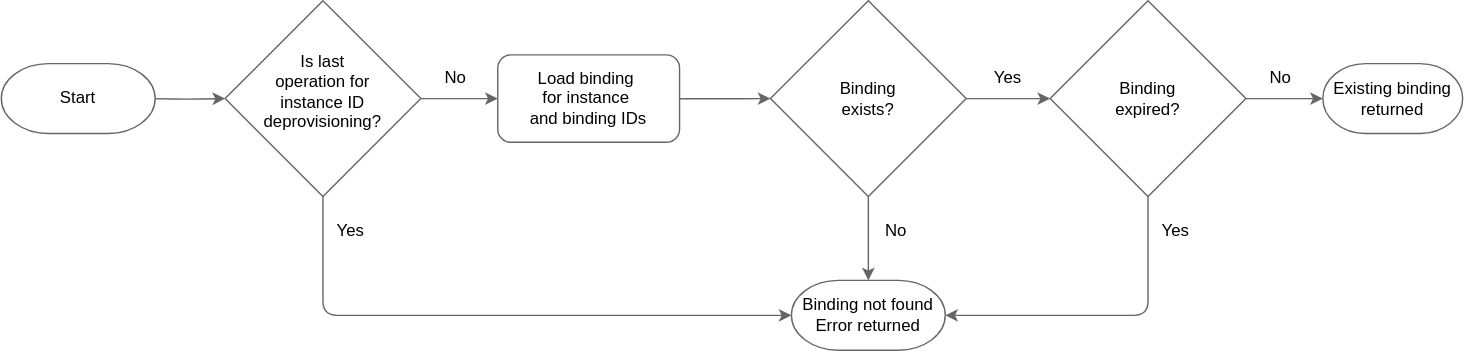
Earlier version of the draw.io export docs/assets/bindings_get_flow.drawio.svg (ukff/kyma-environment-broker). Source tidied: cells renumbered, new cells last; positions are measured from the earlier drawing's top-left corner, leaving out a move shared by most shapes. Its diagram source:
```xml
<mxGraphModel background="#ffffff">
  <root>
    <mxCell id="0" />
    <mxCell id="1" parent="0" />
    <mxCell id="2" style="edgeStyle=orthogonalEdgeStyle;rounded=1;jettySize=auto;html=1;curved=0;strokeColor=#666666;entryX=0;entryY=0.5;entryDx=0;entryDy=0;entryPerimeter=0;exitX=0.5;exitY=1;exitDx=0;exitDy=0;" parent="1" edge="1" source="4" target="23">
      <mxGeometry relative="1" as="geometry" />
    </mxCell>
    <mxCell id="3" style="edgeStyle=orthogonalEdgeStyle;rounded=1;jettySize=auto;html=1;entryX=0;entryY=0.5;entryDx=0;entryDy=0;curved=0;strokeColor=#666666;" parent="1" edge="1" source="4" target="13">
      <mxGeometry relative="1" as="geometry" />
    </mxCell>
    <mxCell id="4" style="rhombus;whiteSpace=wrap;html=1;strokeColor=#666666;" parent="1" vertex="1">
      <mxGeometry x="160" width="140" height="140" as="geometry" />
    </mxCell>
    <mxCell id="5" value="Is last&lt;div&gt;operation for instance ID deprovisioning?&lt;/div&gt;" style="text;html=1;align=center;verticalAlign=middle;whiteSpace=wrap;rounded=0;" parent="1" vertex="1">
      <mxGeometry x="195" y="30" width="70" height="70" as="geometry" />
    </mxCell>
    <mxCell id="6" style="edgeStyle=orthogonalEdgeStyle;rounded=1;jettySize=auto;html=1;curved=0;strokeColor=#666666;entryX=1;entryY=0.5;entryDx=0;entryDy=0;entryPerimeter=0;exitX=0.5;exitY=1;exitDx=0;exitDy=0;" parent="1" edge="1" source="8" target="23">
      <mxGeometry relative="1" as="geometry" />
    </mxCell>
    <mxCell id="7" style="edgeStyle=orthogonalEdgeStyle;rounded=1;jettySize=auto;html=1;curved=0;strokeColor=#666666;" parent="1" edge="1" source="8">
      <mxGeometry relative="1" as="geometry">
        <mxPoint x="945" y="70" as="targetPoint" />
      </mxGeometry>
    </mxCell>
    <mxCell id="8" style="rhombus;whiteSpace=wrap;html=1;strokeColor=#666666;" parent="1" vertex="1">
      <mxGeometry x="750" width="140" height="140" as="geometry" />
    </mxCell>
    <mxCell id="9" style="edgeStyle=orthogonalEdgeStyle;rounded=1;jettySize=auto;html=1;curved=0;strokeColor=#666666;" parent="1" edge="1" source="11" target="8">
      <mxGeometry relative="1" as="geometry" />
    </mxCell>
    <mxCell id="10" style="edgeStyle=orthogonalEdgeStyle;rounded=1;jettySize=auto;html=1;curved=0;strokeColor=#666666;" parent="1" edge="1" source="11">
      <mxGeometry relative="1" as="geometry">
        <mxPoint x="620" y="200" as="targetPoint" />
      </mxGeometry>
    </mxCell>
    <mxCell id="11" style="rhombus;whiteSpace=wrap;html=1;strokeColor=#666666;" parent="1" vertex="1">
      <mxGeometry x="550" width="140" height="140" as="geometry" />
    </mxCell>
    <mxCell id="12" style="edgeStyle=orthogonalEdgeStyle;rounded=1;jettySize=auto;html=1;entryX=0;entryY=0.5;entryDx=0;entryDy=0;curved=0;strokeColor=#666666;" parent="1" edge="1" source="13" target="11">
      <mxGeometry relative="1" as="geometry" />
    </mxCell>
    <mxCell id="13" value="Load binding&amp;nbsp;&lt;div&gt;for instance&amp;nbsp;&lt;/div&gt;&lt;div&gt;and binding IDs&lt;/div&gt;" style="rounded=1;whiteSpace=wrap;html=1;strokeColor=#666666;" parent="1" vertex="1">
      <mxGeometry x="355" y="38.8" width="130" height="62.5" as="geometry" />
    </mxCell>
    <mxCell id="14" value="Binding exists?" style="text;html=1;align=center;verticalAlign=middle;whiteSpace=wrap;rounded=0;" parent="1" vertex="1">
      <mxGeometry x="590" y="55" width="60" height="30" as="geometry" />
    </mxCell>
    <mxCell id="15" value="Binding expired?" style="text;html=1;align=center;verticalAlign=middle;whiteSpace=wrap;rounded=0;" parent="1" vertex="1">
      <mxGeometry x="790" y="55" width="60" height="30" as="geometry" />
    </mxCell>
    <mxCell id="16" value="No" style="text;html=1;align=center;verticalAlign=middle;whiteSpace=wrap;rounded=0;" parent="1" vertex="1">
      <mxGeometry x="295" y="40" width="60" height="30" as="geometry" />
    </mxCell>
    <mxCell id="17" value="Yes" style="text;html=1;align=center;verticalAlign=middle;whiteSpace=wrap;rounded=0;" parent="1" vertex="1">
      <mxGeometry x="690" y="40" width="60" height="30" as="geometry" />
    </mxCell>
    <mxCell id="18" value="No" style="text;html=1;align=center;verticalAlign=middle;whiteSpace=wrap;rounded=0;" parent="1" vertex="1">
      <mxGeometry x="885" y="40" width="60" height="30" as="geometry" />
    </mxCell>
    <mxCell id="19" value="Yes" style="text;html=1;align=center;verticalAlign=middle;whiteSpace=wrap;rounded=0;" parent="1" vertex="1">
      <mxGeometry x="220" y="150" width="60" height="30" as="geometry" />
    </mxCell>
    <mxCell id="20" value="No" style="text;html=1;align=center;verticalAlign=middle;whiteSpace=wrap;rounded=0;" parent="1" vertex="1">
      <mxGeometry x="610" y="150" width="60" height="30" as="geometry" />
    </mxCell>
    <mxCell id="21" value="Yes" style="text;html=1;align=center;verticalAlign=middle;whiteSpace=wrap;rounded=0;" parent="1" vertex="1">
      <mxGeometry x="810" y="150" width="60" height="30" as="geometry" />
    </mxCell>
    <mxCell id="22" style="edgeStyle=orthogonalEdgeStyle;rounded=1;jettySize=auto;html=1;entryX=0;entryY=0.5;entryDx=0;entryDy=0;curved=0;strokeColor=#666666;exitX=0.929;exitY=0.5;exitDx=0;exitDy=0;exitPerimeter=0;" parent="1" edge="1" target="4">
      <mxGeometry relative="1" as="geometry">
        <mxPoint x="105" y="70" as="sourcePoint" />
      </mxGeometry>
    </mxCell>
    <mxCell id="23" value="Binding not found&lt;div&gt;Error returned&lt;/div&gt;" style="strokeWidth=1;html=1;shape=mxgraph.flowchart.terminator;whiteSpace=wrap;strokeColor=#666666;" parent="1" vertex="1">
      <mxGeometry x="565" y="200" width="110" height="50" as="geometry" />
    </mxCell>
    <mxCell id="24" value="&lt;span style=&quot;background-color: initial;&quot;&gt;Existing binding returned&lt;/span&gt;" style="strokeWidth=1;html=1;shape=mxgraph.flowchart.terminator;whiteSpace=wrap;strokeColor=#666666;" parent="1" vertex="1">
      <mxGeometry x="945" y="45" width="100" height="50" as="geometry" />
    </mxCell>
    <mxCell id="25" value="Start" style="strokeWidth=1;html=1;shape=mxgraph.flowchart.terminator;whiteSpace=wrap;strokeColor=#666666;" parent="1" vertex="1">
      <mxGeometry y="45" width="110" height="50" as="geometry" />
    </mxCell>
  </root>
</mxGraphModel>
```
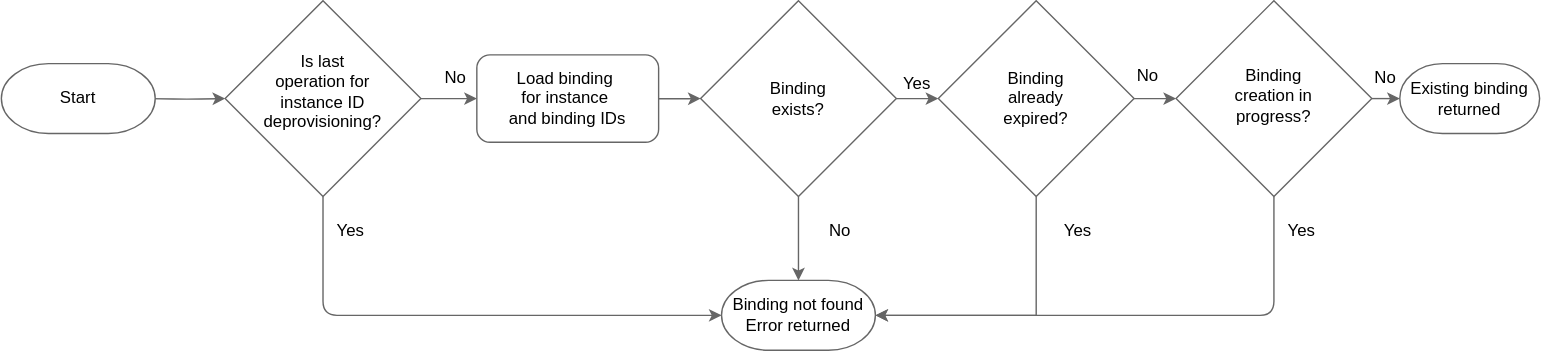
Above is the later version.

Diff of the diagram source:
```diff
@@ -17,36 +17,34 @@
     <mxCell id="6" style="edgeStyle=orthogonalEdgeStyle;rounded=1;jettySize=auto;html=1;curved=0;strokeColor=#666666;entryX=1;entryY=0.5;entryDx=0;entryDy=0;entryPerimeter=0;exitX=0.5;exitY=1;exitDx=0;exitDy=0;" parent="1" edge="1" source="8" target="23">
       <mxGeometry relative="1" as="geometry" />
     </mxCell>
-    <mxCell id="7" style="edgeStyle=orthogonalEdgeStyle;rounded=1;jettySize=auto;html=1;curved=0;strokeColor=#666666;" parent="1" edge="1" source="8">
-      <mxGeometry relative="1" as="geometry">
-        <mxPoint x="945" y="70" as="targetPoint" />
-      </mxGeometry>
-    </mxCell>
+    <mxCell id="26" style="edgeStyle=orthogonalEdgeStyle;rounded=0;jettySize=auto;html=1;exitX=1;exitY=0.5;exitDx=0;exitDy=0;strokeColor=#666666;" parent="1" edge="1" source="8">
+      <mxGeometry relative="1" as="geometry">
+        <mxPoint x="1000" y="70" as="targetPoint" />
+      </mxGeometry>
+    </mxCell>
     <mxCell id="8" style="rhombus;whiteSpace=wrap;html=1;strokeColor=#666666;" parent="1" vertex="1">
-      <mxGeometry x="750" width="140" height="140" as="geometry" />
+      <mxGeometry x="840" width="140" height="140" as="geometry" />
     </mxCell>
-    <mxCell id="9" style="edgeStyle=orthogonalEdgeStyle;rounded=1;jettySize=auto;html=1;curved=0;strokeColor=#666666;" parent="1" edge="1" source="11" target="8">
-      <mxGeometry relative="1" as="geometry" />
-    </mxCell>
-    <mxCell id="10" style="edgeStyle=orthogonalEdgeStyle;rounded=1;jettySize=auto;html=1;curved=0;strokeColor=#666666;" parent="1" edge="1" source="11">
-      <mxGeometry relative="1" as="geometry">
-        <mxPoint x="620" y="200" as="targetPoint" />
-      </mxGeometry>
+    <mxCell id="10" style="edgeStyle=orthogonalEdgeStyle;rounded=1;jettySize=auto;html=1;curved=0;strokeColor=#666666;entryX=0.5;entryY=0;entryDx=0;entryDy=0;entryPerimeter=0;" parent="1" edge="1" source="11" target="23">
+      <mxGeometry relative="1" as="geometry" />
     </mxCell>
+    <mxCell id="27" style="edgeStyle=orthogonalEdgeStyle;rounded=0;jettySize=auto;html=1;exitX=1;exitY=0.5;exitDx=0;exitDy=0;strokeColor=#666666;" parent="1" edge="1" source="11" target="29">
+      <mxGeometry relative="1" as="geometry" />
+    </mxCell>
     <mxCell id="11" style="rhombus;whiteSpace=wrap;html=1;strokeColor=#666666;" parent="1" vertex="1">
-      <mxGeometry x="550" width="140" height="140" as="geometry" />
+      <mxGeometry x="500" width="140" height="140" as="geometry" />
     </mxCell>
     <mxCell id="12" style="edgeStyle=orthogonalEdgeStyle;rounded=1;jettySize=auto;html=1;entryX=0;entryY=0.5;entryDx=0;entryDy=0;curved=0;strokeColor=#666666;" parent="1" edge="1" source="13" target="11">
       <mxGeometry relative="1" as="geometry" />
     </mxCell>
     <mxCell id="13" value="Load binding&amp;nbsp;&lt;div&gt;for instance&amp;nbsp;&lt;/div&gt;&lt;div&gt;and binding IDs&lt;/div&gt;" style="rounded=1;whiteSpace=wrap;html=1;strokeColor=#666666;" parent="1" vertex="1">
-      <mxGeometry x="355" y="38.8" width="130" height="62.5" as="geometry" />
+      <mxGeometry x="340" y="38.8" width="130" height="62.5" as="geometry" />
     </mxCell>
     <mxCell id="14" value="Binding exists?" style="text;html=1;align=center;verticalAlign=middle;whiteSpace=wrap;rounded=0;" parent="1" vertex="1">
-      <mxGeometry x="590" y="55" width="60" height="30" as="geometry" />
+      <mxGeometry x="540" y="55" width="60" height="30" as="geometry" />
     </mxCell>
     <mxCell id="15" value="Binding expired?" style="text;html=1;align=center;verticalAlign=middle;whiteSpace=wrap;rounded=0;" parent="1" vertex="1">
-      <mxGeometry x="790" y="55" width="60" height="30" as="geometry" />
+      <mxGeometry x="700" y="55" width="60" height="30" as="geometry" />
     </mxCell>
     <mxCell id="16" value="No" style="text;html=1;align=center;verticalAlign=middle;whiteSpace=wrap;rounded=0;" parent="1" vertex="1">
       <mxGeometry x="295" y="40" width="60" height="30" as="geometry" />
@@ -55,16 +53,16 @@
       <mxGeometry x="690" y="40" width="60" height="30" as="geometry" />
     </mxCell>
     <mxCell id="18" value="No" style="text;html=1;align=center;verticalAlign=middle;whiteSpace=wrap;rounded=0;" parent="1" vertex="1">
-      <mxGeometry x="885" y="40" width="60" height="30" as="geometry" />
+      <mxGeometry x="790" y="38.8" width="60" height="30" as="geometry" />
     </mxCell>
     <mxCell id="19" value="Yes" style="text;html=1;align=center;verticalAlign=middle;whiteSpace=wrap;rounded=0;" parent="1" vertex="1">
       <mxGeometry x="220" y="150" width="60" height="30" as="geometry" />
     </mxCell>
     <mxCell id="20" value="No" style="text;html=1;align=center;verticalAlign=middle;whiteSpace=wrap;rounded=0;" parent="1" vertex="1">
-      <mxGeometry x="610" y="150" width="60" height="30" as="geometry" />
+      <mxGeometry x="570" y="150" width="60" height="30" as="geometry" />
     </mxCell>
     <mxCell id="21" value="Yes" style="text;html=1;align=center;verticalAlign=middle;whiteSpace=wrap;rounded=0;" parent="1" vertex="1">
-      <mxGeometry x="810" y="150" width="60" height="30" as="geometry" />
+      <mxGeometry x="740" y="150" width="60" height="30" as="geometry" />
     </mxCell>
     <mxCell id="22" style="edgeStyle=orthogonalEdgeStyle;rounded=1;jettySize=auto;html=1;entryX=0;entryY=0.5;entryDx=0;entryDy=0;curved=0;strokeColor=#666666;exitX=0.929;exitY=0.5;exitDx=0;exitDy=0;exitPerimeter=0;" parent="1" edge="1" target="4">
       <mxGeometry relative="1" as="geometry">
@@ -72,13 +70,37 @@
       </mxGeometry>
     </mxCell>
     <mxCell id="23" value="Binding not found&lt;div&gt;Error returned&lt;/div&gt;" style="strokeWidth=1;html=1;shape=mxgraph.flowchart.terminator;whiteSpace=wrap;strokeColor=#666666;" parent="1" vertex="1">
-      <mxGeometry x="565" y="200" width="110" height="50" as="geometry" />
+      <mxGeometry x="515" y="200" width="110" height="50" as="geometry" />
     </mxCell>
     <mxCell id="24" value="&lt;span style=&quot;background-color: initial;&quot;&gt;Existing binding returned&lt;/span&gt;" style="strokeWidth=1;html=1;shape=mxgraph.flowchart.terminator;whiteSpace=wrap;strokeColor=#666666;" parent="1" vertex="1">
-      <mxGeometry x="945" y="45" width="100" height="50" as="geometry" />
+      <mxGeometry x="1000" y="45" width="100" height="50" as="geometry" />
     </mxCell>
     <mxCell id="25" value="Start" style="strokeWidth=1;html=1;shape=mxgraph.flowchart.terminator;whiteSpace=wrap;strokeColor=#666666;" parent="1" vertex="1">
       <mxGeometry y="45" width="110" height="50" as="geometry" />
     </mxCell>
+    <mxCell id="28" style="edgeStyle=orthogonalEdgeStyle;rounded=0;jettySize=auto;html=1;exitX=1;exitY=0.5;exitDx=0;exitDy=0;strokeColor=#666666;" parent="1" edge="1" source="29" target="8">
+      <mxGeometry relative="1" as="geometry" />
+    </mxCell>
+    <mxCell id="29" style="rhombus;whiteSpace=wrap;html=1;strokeColor=#666666;" parent="1" vertex="1">
+      <mxGeometry x="670" width="140" height="140" as="geometry" />
+    </mxCell>
+    <mxCell id="30" value="Binding already expired?" style="text;html=1;align=center;verticalAlign=middle;whiteSpace=wrap;rounded=0;" parent="1" vertex="1">
+      <mxGeometry x="710" y="55" width="60" height="30" as="geometry" />
+    </mxCell>
+    <mxCell id="31" value="Binding creation in progress?" style="text;html=1;align=center;verticalAlign=middle;whiteSpace=wrap;rounded=0;" parent="1" vertex="1">
+      <mxGeometry x="880" y="55" width="60" height="25" as="geometry" />
+    </mxCell>
+    <mxCell id="32" style="edgeStyle=orthogonalEdgeStyle;rounded=0;jettySize=auto;html=1;entryX=1;entryY=0.5;entryDx=0;entryDy=0;entryPerimeter=0;exitX=0.5;exitY=1;exitDx=0;exitDy=0;strokeColor=#666666;" parent="1" edge="1" source="29" target="23">
+      <mxGeometry relative="1" as="geometry" />
+    </mxCell>
+    <mxCell id="33" value="Yes" style="text;html=1;align=center;verticalAlign=middle;whiteSpace=wrap;rounded=0;" parent="1" vertex="1">
+      <mxGeometry x="900" y="150" width="60" height="30" as="geometry" />
+    </mxCell>
+    <mxCell id="34" value="No" style="text;html=1;align=center;verticalAlign=middle;whiteSpace=wrap;rounded=0;" parent="1" vertex="1">
+      <mxGeometry x="960" y="40" width="60" height="30" as="geometry" />
+    </mxCell>
+    <mxCell id="35" value="Yes" style="text;html=1;align=center;verticalAlign=middle;whiteSpace=wrap;rounded=0;" parent="1" vertex="1">
+      <mxGeometry x="625" y="45" width="60" height="30" as="geometry" />
+    </mxCell>
   </root>
 </mxGraphModel>
```
